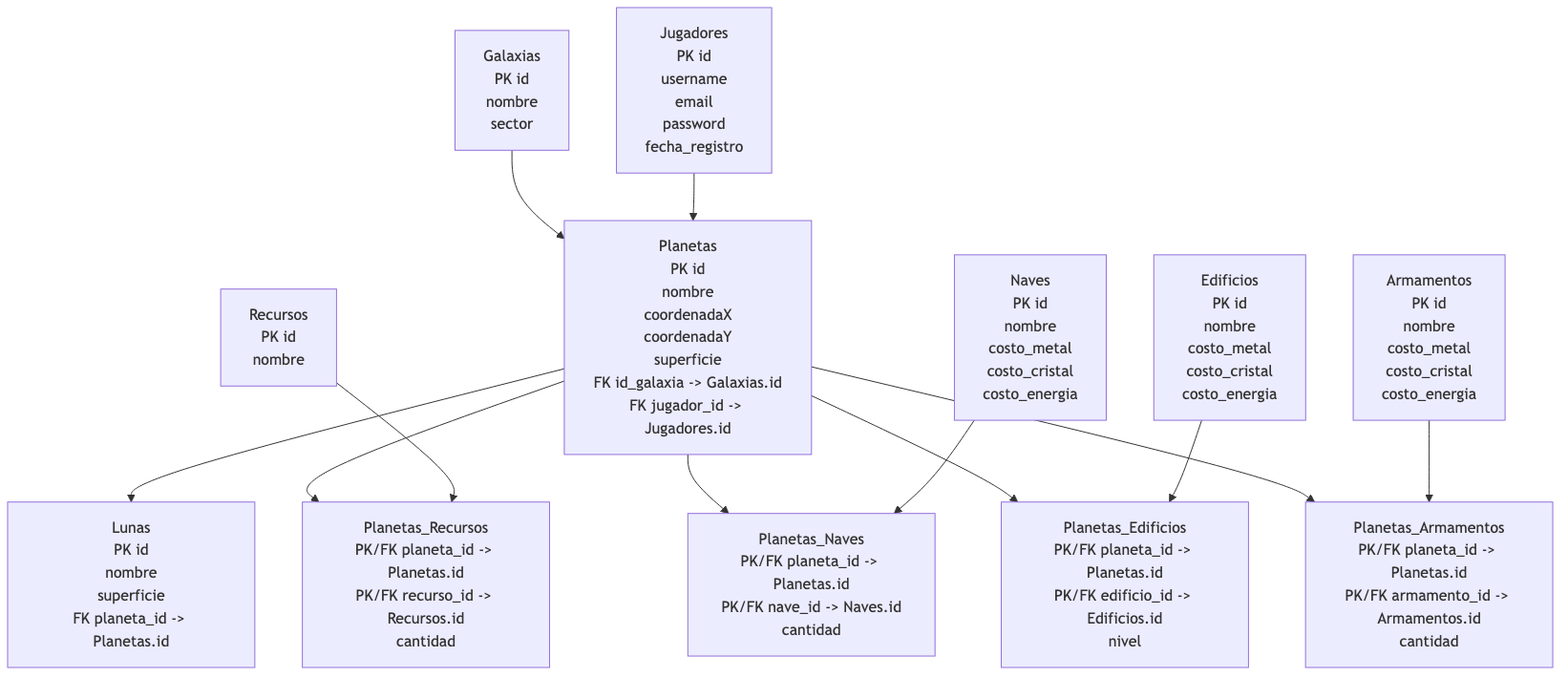
The Mermaid diagram base-de-datos-parcial-1-main/docs/Modelo_Logico.png in Camila-Ianni/base-de-datos-parcial-1, before a commit. Its source is kept beside it as base-de-datos-parcial-1-main/docs/Modelo_Logico.mmd. Its diagram source:
```mermaid
flowchart TB
    J["Jugadores
PK id
username
email
password
fecha_registro"]

    G["Galaxias
PK id
nombre
sector"]

    P["Planetas
PK id
nombre
coordenadaX
coordenadaY
superficie
FK id_galaxia -> Galaxias.id
FK jugador_id -> Jugadores.id"]

    L["Lunas
PK id
nombre
superficie
FK planeta_id -> Planetas.id"]

    R["Recursos
PK id
nombre"]

    N["Naves
PK id
nombre
costo_metal
costo_cristal
costo_energia"]

    E["Edificios
PK id
nombre
costo_metal
costo_cristal
costo_energia"]

    A["Armamentos
PK id
nombre
costo_metal
costo_cristal
costo_energia"]

    PR["Planetas_Recursos
PK/FK planeta_id -> Planetas.id
PK/FK recurso_id -> Recursos.id
cantidad"]

    PN["Planetas_Naves
PK/FK planeta_id -> Planetas.id
PK/FK nave_id -> Naves.id
cantidad"]

    PE["Planetas_Edificios
PK/FK planeta_id -> Planetas.id
PK/FK edificio_id -> Edificios.id
nivel"]

    PA["Planetas_Armamentos
PK/FK planeta_id -> Planetas.id
PK/FK armamento_id -> Armamentos.id
cantidad"]

    G --> P
    J --> P
    P --> L

    P --> PR
    R --> PR

    P --> PN
    N --> PN

    P --> PE
    E --> PE

    P --> PA
    A --> PA
```
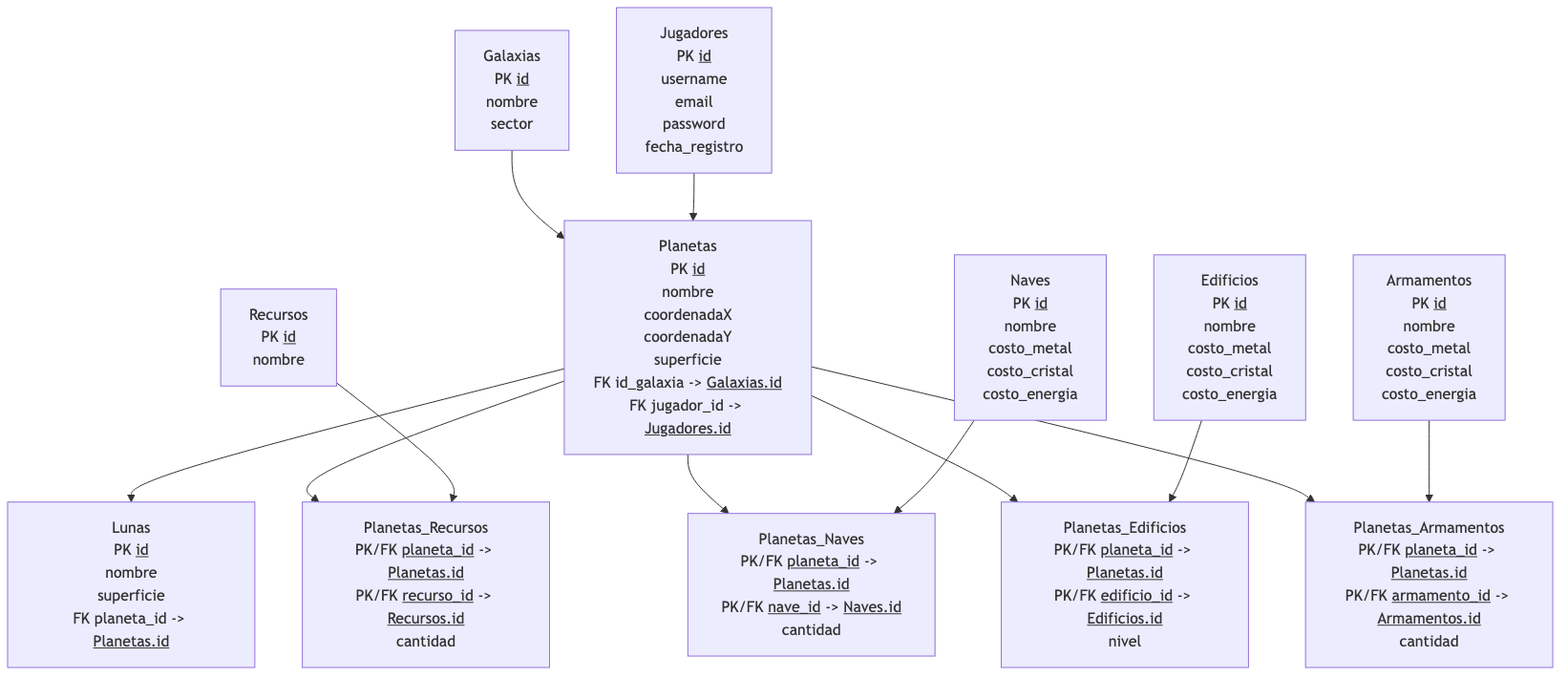
After the commit.

The edit, as a diff of the source:
```diff
@@ -1,74 +1,74 @@
 flowchart TB
     J["Jugadores
-PK id
+PK <u>id</u>
 username
 email
 password
 fecha_registro"]
 
     G["Galaxias
-PK id
+PK <u>id</u>
 nombre
 sector"]
 
     P["Planetas
-PK id
+PK <u>id</u>
 nombre
 coordenadaX
 coordenadaY
 superficie
-FK id_galaxia -> Galaxias.id
-FK jugador_id -> Jugadores.id"]
+FK id_galaxia -> <u>Galaxias.id</u>
+FK jugador_id -> <u>Jugadores.id</u>"]
 
     L["Lunas
-PK id
+PK <u>id</u>
 nombre
 superficie
-FK planeta_id -> Planetas.id"]
+FK planeta_id -> <u>Planetas.id</u>"]
 
     R["Recursos
-PK id
+PK <u>id</u>
 nombre"]
 
     N["Naves
-PK id
+PK <u>id</u>
 nombre
 costo_metal
 costo_cristal
 costo_energia"]
 
     E["Edificios
-PK id
+PK <u>id</u>
 nombre
 costo_metal
 costo_cristal
 costo_energia"]
 
     A["Armamentos
-PK id
+PK <u>id</u>
 nombre
 costo_metal
 costo_cristal
 costo_energia"]
 
     PR["Planetas_Recursos
-PK/FK planeta_id -> Planetas.id
-PK/FK recurso_id -> Recursos.id
+PK/FK <u>planeta_id</u> -> <u>Planetas.id</u>
+PK/FK <u>recurso_id</u> -> <u>Recursos.id</u>
 cantidad"]
 
     PN["Planetas_Naves
-PK/FK planeta_id -> Planetas.id
-PK/FK nave_id -> Naves.id
+PK/FK <u>planeta_id</u> -> <u>Planetas.id</u>
+PK/FK <u>nave_id</u> -> <u>Naves.id</u>
 cantidad"]
 
     PE["Planetas_Edificios
-PK/FK planeta_id -> Planetas.id
-PK/FK edificio_id -> Edificios.id
+PK/FK <u>planeta_id</u> -> <u>Planetas.id</u>
+PK/FK <u>edificio_id</u> -> <u>Edificios.id</u>
 nivel"]
 
     PA["Planetas_Armamentos
-PK/FK planeta_id -> Planetas.id
-PK/FK armamento_id -> Armamentos.id
+PK/FK <u>planeta_id</u> -> <u>Planetas.id</u>
+PK/FK <u>armamento_id</u> -> <u>Armamentos.id</u>
 cantidad"]
 
     G --> P
```
